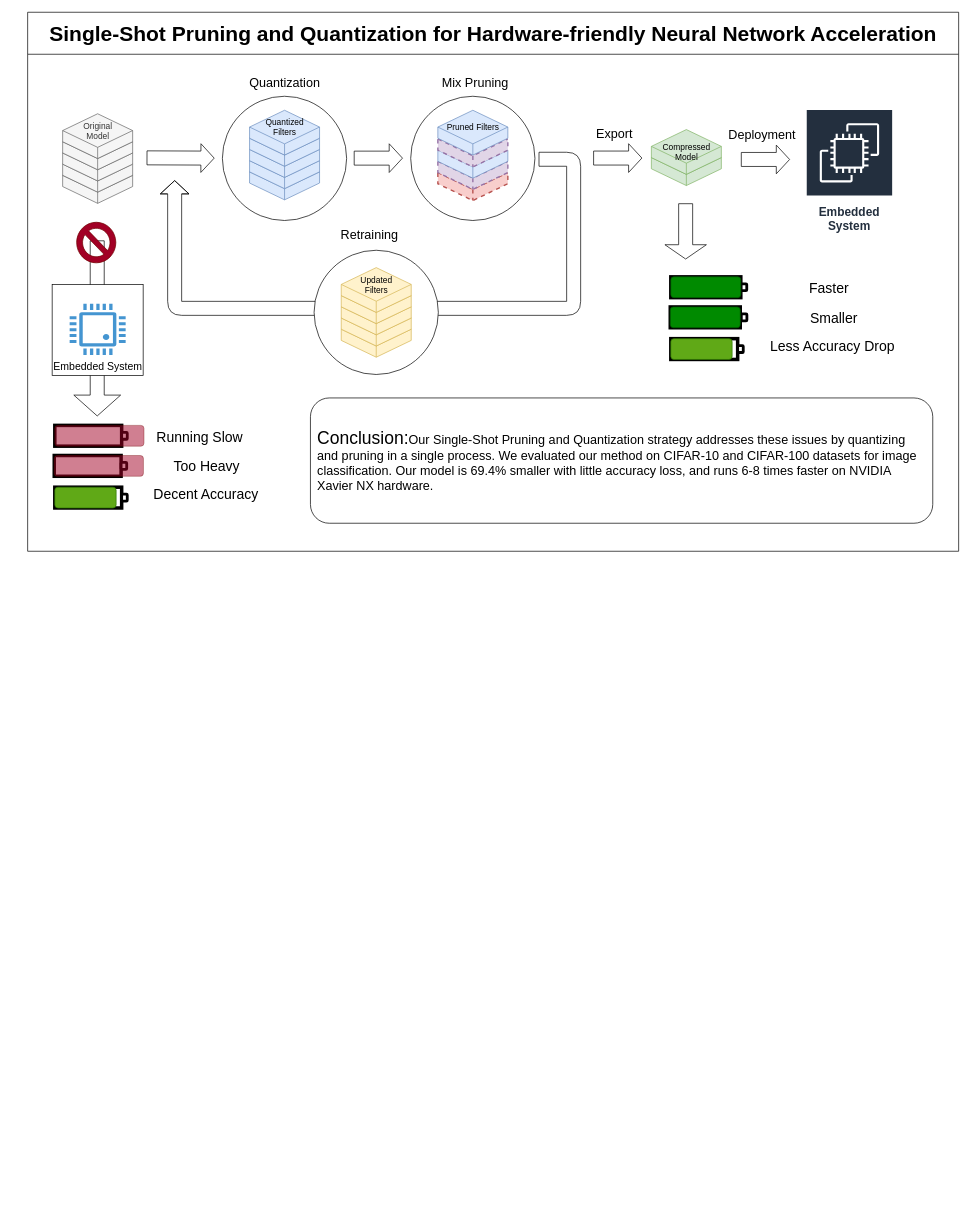
Above: graphic_abstract.drawio in JIANGBOFENG/MY_GIT_Repo (draw.io), before the change. Source tidied: cells renumbered, new cells numbered last; positions are measured from the earlier drawing's top-left corner, leaving out a move shared by most shapes. Both pictures are drawn from the tidied source at 70%, with x=0, y=0 at pixel (15, 12). Pictures stored in the file or linked from it are replaced by grey dashed boxes.
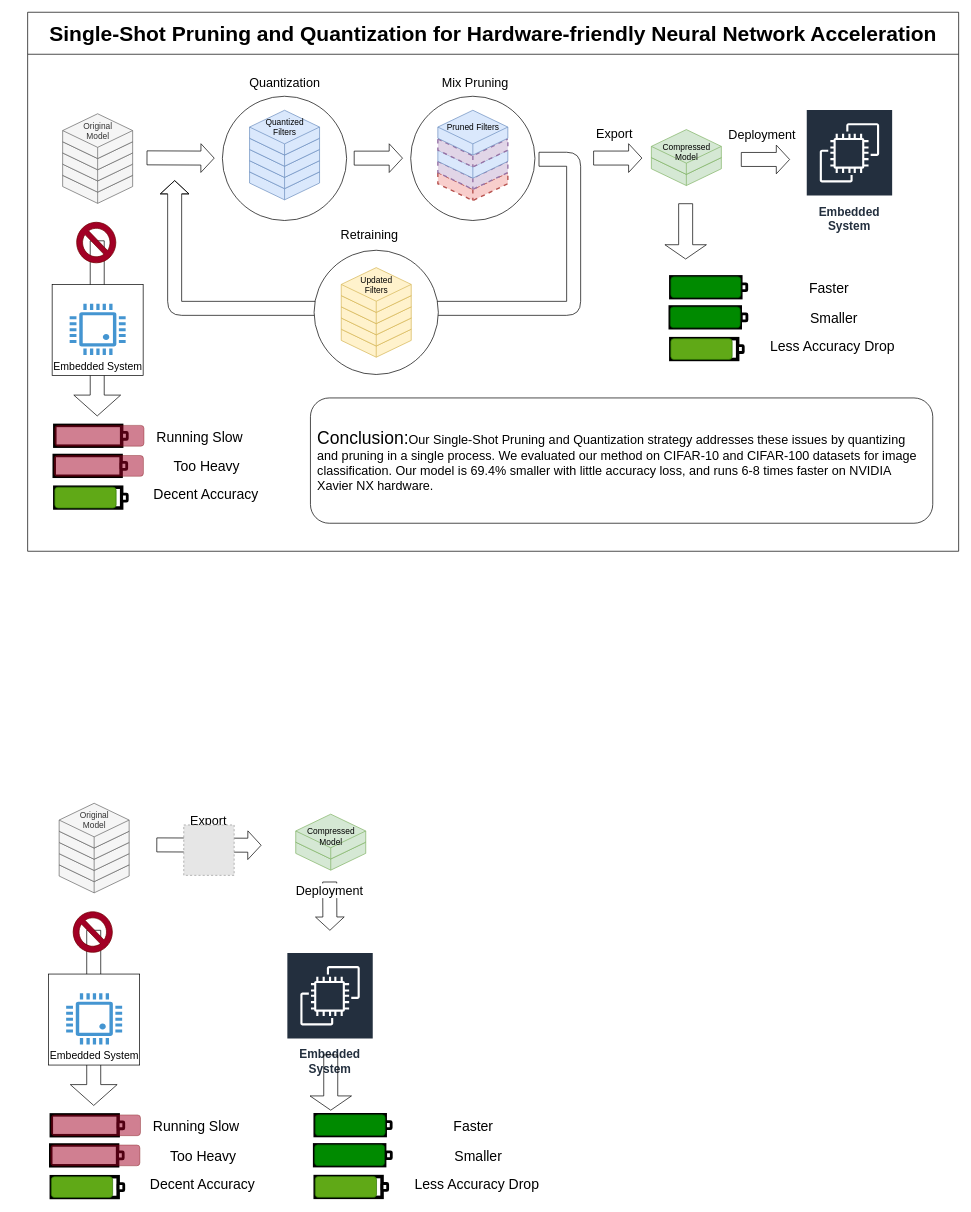
The same diagram, later.

The edit, as a diff of the source:
```diff
@@
+    <mxCell id="94" style="group;" parent="1" vertex="1">
+      <mxGeometry x="48" y="1373" width="250" height="130" as="geometry" />
+    </mxCell>
+    <mxCell id="95" style="shape=flexArrow;endArrow=classic;html=1;rounded=0;width=20;endWidth=45.88235294117647;endSize=9.588235294117649;" parent="94" edge="1">
+      <mxGeometry relative="1" as="geometry">
+        <mxPoint x="64.4" y="-62" as="sourcePoint" />
+        <mxPoint x="64.4" y="189.2" as="targetPoint" />
+      </mxGeometry>
+    </mxCell>
+    <mxCell id="96" style="whiteSpace=wrap;html=1;" parent="94" vertex="1">
+      <mxGeometry y="1" width="130" height="130" as="geometry" />
+    </mxCell>
+    <mxCell id="97" style="shadow=0;dashed=0;html=1;strokeColor=none;fillColor=#4495D1;labelPosition=center;verticalLabelPosition=bottom;verticalAlign=top;align=center;shape=mxgraph.veeam.cpu;" parent="94" vertex="1">
+      <mxGeometry x="25" y="28.5" width="80" height="73" as="geometry" />
+    </mxCell>
+    <mxCell id="98" value="&lt;font style=&quot;font-size: 15px;&quot;&gt;Embedded System&lt;/font&gt;" style="text;html=1;strokeColor=none;fillColor=none;align=center;verticalAlign=middle;whiteSpace=wrap;rounded=0;" parent="94" vertex="1">
+      <mxGeometry x="-52.5" y="101.5" width="235" height="30" as="geometry" />
+    </mxCell>
+    <mxCell id="99" style="group;fontColor=#333333;fillColor=none;strokeColor=none;" parent="1" vertex="1">
+      <mxGeometry x="63" y="1130" width="100" height="128" as="geometry" />
+    </mxCell>
+    <mxCell id="100" style="html=1;shape=mxgraph.basic.isocube;isoAngle=15;fontColor=#333333;fillColor=#f5f5f5;strokeColor=#666666;" parent="99" vertex="1">
+      <mxGeometry y="64" width="100" height="64" as="geometry" />
+    </mxCell>
+    <mxCell id="101" style="edgeStyle=orthogonalEdgeStyle;rounded=0;orthogonalLoop=1;jettySize=auto;html=1;exitX=0.5;exitY=1;exitDx=0;exitDy=0;exitPerimeter=0;fontColor=#000000;fillColor=#f5f5f5;strokeColor=#666666;" parent="99" edge="1" source="100" target="100">
+      <mxGeometry relative="1" as="geometry" />
+    </mxCell>
+    <mxCell id="102" style="html=1;shape=mxgraph.basic.isocube;isoAngle=15;fontColor=#333333;fillColor=#f5f5f5;strokeColor=#666666;" parent="99" vertex="1">
+      <mxGeometry y="48" width="100" height="64" as="geometry" />
+    </mxCell>
+    <mxCell id="103" style="html=1;shape=mxgraph.basic.isocube;isoAngle=15;fontColor=#333333;fillColor=#f5f5f5;strokeColor=#666666;" parent="99" vertex="1">
+      <mxGeometry y="32" width="100" height="64" as="geometry" />
+    </mxCell>
+    <mxCell id="104" style="html=1;shape=mxgraph.basic.isocube;isoAngle=15;fontColor=#333333;fillColor=#f5f5f5;strokeColor=#666666;" parent="99" vertex="1">
+      <mxGeometry y="16" width="100" height="64" as="geometry" />
+    </mxCell>
+    <mxCell id="105" value="Original&lt;br&gt;Model&lt;br&gt;&lt;br&gt;" style="html=1;shape=mxgraph.basic.isocube;isoAngle=15;fontColor=#333333;fillColor=#f5f5f5;strokeColor=#666666;" parent="99" vertex="1">
+      <mxGeometry width="100" height="64" as="geometry" />
+    </mxCell>
+    <mxCell id="106" style="group;" parent="1" vertex="1">
+      <mxGeometry x="51" y="1575.2" width="310" height="118" as="geometry" />
+    </mxCell>
+    <mxCell id="107" style="group;" parent="106" vertex="1">
+      <mxGeometry y="43" width="167.2" height="29.7" as="geometry" />
+    </mxCell>
+    <mxCell id="108" style="rounded=0;whiteSpace=wrap;html=1;strokeWidth=5;" parent="107" vertex="1">
+      <mxGeometry width="95.5" height="29.7" as="geometry" />
+    </mxCell>
+    <mxCell id="109" style="rounded=1;whiteSpace=wrap;html=1;strokeWidth=4;" parent="107" vertex="1">
+      <mxGeometry x="95.5" y="9.9" width="8" height="9.9" as="geometry" />
+    </mxCell>
+    <mxCell id="110" style="rounded=1;whiteSpace=wrap;html=1;fillColor=#a20025;strokeColor=#6F0000;fontColor=#ffffff;opacity=50;" parent="107" vertex="1">
+      <mxGeometry width="127.4" height="29.7" as="geometry" />
+    </mxCell>
+    <mxCell id="111" style="group;" parent="106" vertex="1">
+      <mxGeometry x="0.8" y="88.3" width="103.5" height="29.7" as="geometry" />
+    </mxCell>
+    <mxCell id="112" style="rounded=0;whiteSpace=wrap;html=1;strokeWidth=5;" parent="111" vertex="1">
+      <mxGeometry width="95.5" height="29.7" as="geometry" />
+    </mxCell>
+    <mxCell id="113" style="rounded=1;whiteSpace=wrap;html=1;fillColor=#60a917;strokeColor=#2D7600;fontColor=#ffffff;" parent="111" vertex="1">
+      <mxGeometry width="87.6" height="29.7" as="geometry" />
+    </mxCell>
+    <mxCell id="114" style="rounded=1;whiteSpace=wrap;html=1;strokeWidth=4;" parent="111" vertex="1">
+      <mxGeometry x="95.5" y="9.9" width="8" height="9.9" as="geometry" />
+    </mxCell>
+    <mxCell id="115" style="group;" parent="106" vertex="1">
+      <mxGeometry x="0.8" width="296.2" height="34.8" as="geometry" />
+    </mxCell>
+    <mxCell id="116" style="rounded=0;whiteSpace=wrap;html=1;strokeWidth=5;" parent="115" vertex="1">
+      <mxGeometry width="95.5" height="29.7" as="geometry" />
+    </mxCell>
+    <mxCell id="117" style="rounded=1;whiteSpace=wrap;html=1;strokeWidth=4;" parent="115" vertex="1">
+      <mxGeometry x="95.5" y="9.9" width="8" height="9.9" as="geometry" />
+    </mxCell>
+    <mxCell id="118" style="rounded=1;whiteSpace=wrap;html=1;fillColor=#a20025;strokeColor=#6F0000;fontColor=#ffffff;opacity=50;" parent="115" vertex="1">
+      <mxGeometry width="127.4" height="29.7" as="geometry" />
+    </mxCell>
+    <mxCell id="119" style="group;" parent="115" vertex="1">
+      <mxGeometry x="147.2" y="-5.2" width="149" height="40" as="geometry" />
+    </mxCell>
+    <mxCell id="120" value="&lt;font style=&quot;font-size: 20px;&quot;&gt;Running Slow&lt;/font&gt;" style="text;html=1;strokeColor=none;fillColor=none;align=center;verticalAlign=middle;whiteSpace=wrap;rounded=0;" parent="119" vertex="1">
+      <mxGeometry x="-10" y="5.7" width="140" height="30" as="geometry" />
+    </mxCell>
+    <mxCell id="121" value="&lt;span style=&quot;font-size: 20px;&quot;&gt;Too Heavy&lt;/span&gt;" style="text;html=1;strokeColor=none;fillColor=none;align=center;verticalAlign=middle;whiteSpace=wrap;rounded=0;" parent="106" vertex="1">
+      <mxGeometry x="148" y="43" width="140" height="30" as="geometry" />
+    </mxCell>
+    <mxCell id="122" value="&lt;font style=&quot;font-size: 20px;&quot;&gt;Decent Accuracy&lt;/font&gt;" style="text;html=1;strokeColor=none;fillColor=none;align=center;verticalAlign=middle;whiteSpace=wrap;rounded=0;" parent="106" vertex="1">
+      <mxGeometry x="136" y="83" width="162" height="30" as="geometry" />
+    </mxCell>
+    <mxCell id="123" style="verticalLabelPosition=bottom;verticalAlign=top;html=1;shape=mxgraph.basic.no_symbol;fillColor=#a20025;fontColor=#ffffff;strokeColor=#6F0000;" parent="1" vertex="1">
+      <mxGeometry x="83" y="1285" width="56" height="58" as="geometry" />
+    </mxCell>
+    <mxCell id="124" style="group;" parent="1" vertex="1">
+      <mxGeometry x="483" y="1130" width="100" height="128" as="geometry" />
+    </mxCell>
+    <mxCell id="125" style="edgeStyle=orthogonalEdgeStyle;rounded=0;orthogonalLoop=1;jettySize=auto;html=1;exitX=0.5;exitY=1;exitDx=0;exitDy=0;exitPerimeter=0;fillColor=#d5e8d4;strokeColor=#82b366;" parent="124" edge="1">
+      <mxGeometry relative="1" as="geometry">
+        <mxPoint x="-32" y="111.5" as="sourcePoint" />
+        <mxPoint x="-32" y="111.5" as="targetPoint" />
+      </mxGeometry>
+    </mxCell>
+    <mxCell id="126" style="html=1;shape=mxgraph.basic.isocube;isoAngle=15;fillColor=#d5e8d4;strokeColor=#82b366;" parent="124" vertex="1">
+      <mxGeometry x="-82" y="31.6" width="100" height="64" as="geometry" />
+    </mxCell>
+    <mxCell id="127" value="&lt;font color=&quot;#000000&quot;&gt;Compressed&lt;br&gt;Model&lt;/font&gt;" style="html=1;shape=mxgraph.basic.isocube;isoAngle=15;fillColor=#d5e8d4;strokeColor=#82b366;" parent="124" vertex="1">
+      <mxGeometry x="-82" y="15.6" width="100" height="64" as="geometry" />
+    </mxCell>
+    <mxCell id="128" value="&lt;font style=&quot;font-size: 17px;&quot;&gt;Embedded System&lt;/font&gt;" style="sketch=0;fontColor=#232F3E;gradientColor=none;strokeColor=#ffffff;fillColor=#232F3E;dashed=0;verticalLabelPosition=middle;verticalAlign=bottom;align=center;html=1;whiteSpace=wrap;fontSize=10;fontStyle=1;spacing=3;shape=mxgraph.aws4.productIcon;prIcon=mxgraph.aws4.ec2;" parent="1" vertex="1">
+      <mxGeometry x="388" y="1343" width="124" height="181.2" as="geometry" />
+    </mxCell>
+    <mxCell id="129" style="shape=flexArrow;endArrow=classic;html=1;rounded=0;width=20;endWidth=38.2608695652174;endSize=6.460869565217392;" parent="1" edge="1">
+      <mxGeometry relative="1" as="geometry">
+        <mxPoint x="451" y="1489" as="sourcePoint" />
+        <mxPoint x="451" y="1569" as="targetPoint" />
+      </mxGeometry>
+    </mxCell>
+    <mxCell id="130" style="group;" parent="1" vertex="1">
+      <mxGeometry x="428" y="1575" width="320" height="118" as="geometry" />
+    </mxCell>
+    <mxCell id="131" style="group;" parent="130" vertex="1">
+      <mxGeometry y="43" width="167.2" height="29.7" as="geometry" />
+    </mxCell>
+    <mxCell id="132" style="rounded=0;whiteSpace=wrap;html=1;strokeWidth=5;" parent="131" vertex="1">
+      <mxGeometry width="100" height="29.7" as="geometry" />
+    </mxCell>
+    <mxCell id="133" style="rounded=1;whiteSpace=wrap;html=1;strokeWidth=4;" parent="131" vertex="1">
+      <mxGeometry x="101.5" y="9.9" width="8" height="9.9" as="geometry" />
+    </mxCell>
+    <mxCell id="134" style="rounded=1;whiteSpace=wrap;html=1;fillColor=#008a00;strokeColor=#005700;fontColor=#ffffff;" parent="131" vertex="1">
+      <mxGeometry width="100" height="29.7" as="geometry" />
+    </mxCell>
+    <mxCell id="135" style="group;" parent="130" vertex="1">
+      <mxGeometry x="0.8" y="88.3" width="103.5" height="29.7" as="geometry" />
+    </mxCell>
+    <mxCell id="136" style="rounded=0;whiteSpace=wrap;html=1;strokeWidth=5;" parent="135" vertex="1">
+      <mxGeometry width="95.5" height="29.7" as="geometry" />
+    </mxCell>
+    <mxCell id="137" style="rounded=1;whiteSpace=wrap;html=1;fillColor=#60a917;strokeColor=#2D7600;fontColor=#ffffff;" parent="135" vertex="1">
+      <mxGeometry width="87.6" height="29.7" as="geometry" />
+    </mxCell>
+    <mxCell id="138" style="rounded=1;whiteSpace=wrap;html=1;strokeWidth=4;" parent="135" vertex="1">
+      <mxGeometry x="95.5" y="9.9" width="8" height="9.9" as="geometry" />
+    </mxCell>
+    <mxCell id="139" style="group;" parent="130" vertex="1">
+      <mxGeometry x="0.8" width="296.2" height="34.8" as="geometry" />
+    </mxCell>
+    <mxCell id="140" style="rounded=0;whiteSpace=wrap;html=1;strokeWidth=5;" parent="139" vertex="1">
+      <mxGeometry width="100" height="29.7" as="geometry" />
+    </mxCell>
+    <mxCell id="141" style="rounded=1;whiteSpace=wrap;html=1;strokeWidth=4;" parent="139" vertex="1">
+      <mxGeometry x="100.5" y="9.9" width="8" height="9.9" as="geometry" />
+    </mxCell>
+    <mxCell id="142" style="rounded=1;whiteSpace=wrap;html=1;fillColor=#008a00;strokeColor=#005700;fontColor=#ffffff;" parent="139" vertex="1">
+      <mxGeometry width="100" height="29.7" as="geometry" />
+    </mxCell>
+    <mxCell id="143" style="group;" parent="139" vertex="1">
+      <mxGeometry x="147.2" y="-5.2" width="149" height="40" as="geometry" />
+    </mxCell>
+    <mxCell id="144" value="&lt;font style=&quot;font-size: 20px;&quot;&gt;Faster&lt;/font&gt;" style="text;html=1;strokeColor=none;fillColor=none;align=center;verticalAlign=middle;whiteSpace=wrap;rounded=0;" parent="143" vertex="1">
+      <mxGeometry x="9" y="5.7" width="140" height="30" as="geometry" />
+    </mxCell>
+    <mxCell id="145" value="&lt;span style=&quot;font-size: 20px;&quot;&gt;Smaller&lt;/span&gt;" style="text;html=1;strokeColor=none;fillColor=none;align=center;verticalAlign=middle;whiteSpace=wrap;rounded=0;" parent="130" vertex="1">
+      <mxGeometry x="164" y="43" width="140" height="30" as="geometry" />
+    </mxCell>
+    <mxCell id="146" value="&lt;font style=&quot;font-size: 20px;&quot;&gt;Less Accuracy Drop&lt;/font&gt;" style="text;html=1;strokeColor=none;fillColor=none;align=center;verticalAlign=middle;whiteSpace=wrap;rounded=0;" parent="130" vertex="1">
+      <mxGeometry x="140" y="83" width="184" height="30" as="geometry" />
+    </mxCell>
+    <mxCell id="147" style="shape=flexArrow;endArrow=classic;html=1;rounded=0;width=20;" parent="1" edge="1">
+      <mxGeometry relative="1" as="geometry">
+        <mxPoint x="449.5" y="1242" as="sourcePoint" />
+        <mxPoint x="449.8" y="1312" as="targetPoint" />
+      </mxGeometry>
+    </mxCell>
+    <mxCell id="148" value="&lt;font style=&quot;font-size: 18px;&quot;&gt;Deployment&lt;/font&gt;" style="edgeLabel;html=1;align=center;verticalAlign=middle;" parent="147" vertex="1">
+      <mxGeometry x="0.11" y="9" relative="1" as="geometry">
+        <mxPoint x="-10" y="-26" as="offset" />
+      </mxGeometry>
+    </mxCell>
+    <mxCell id="149" style="shape=flexArrow;endArrow=classic;html=1;rounded=0;width=20;" parent="1" edge="1">
+      <mxGeometry relative="1" as="geometry">
+        <mxPoint x="202" y="1189.5" as="sourcePoint" />
+        <mxPoint x="352" y="1190" as="targetPoint" />
+      </mxGeometry>
+    </mxCell>
+    <mxCell id="150" value="&lt;font style=&quot;font-size: 18px;&quot;&gt;Export&lt;/font&gt;" style="edgeLabel;html=1;align=center;verticalAlign=middle;" parent="149" vertex="1">
+      <mxGeometry x="0.11" y="9" relative="1" as="geometry">
+        <mxPoint x="-10" y="-26" as="offset" />
+      </mxGeometry>
+    </mxCell>
+    <mxCell id="151" style="fillColor=#E6E6E6;strokeColor=#999999;dashed=1;html=1;verticalAlign=top;verticalLabelPosition=bottom;labelBackgroundColor=#ffffff;" parent="1" vertex="1">
+      <mxGeometry x="241" y="1161" width="72" height="72" as="geometry" />
+    </mxCell>
```
